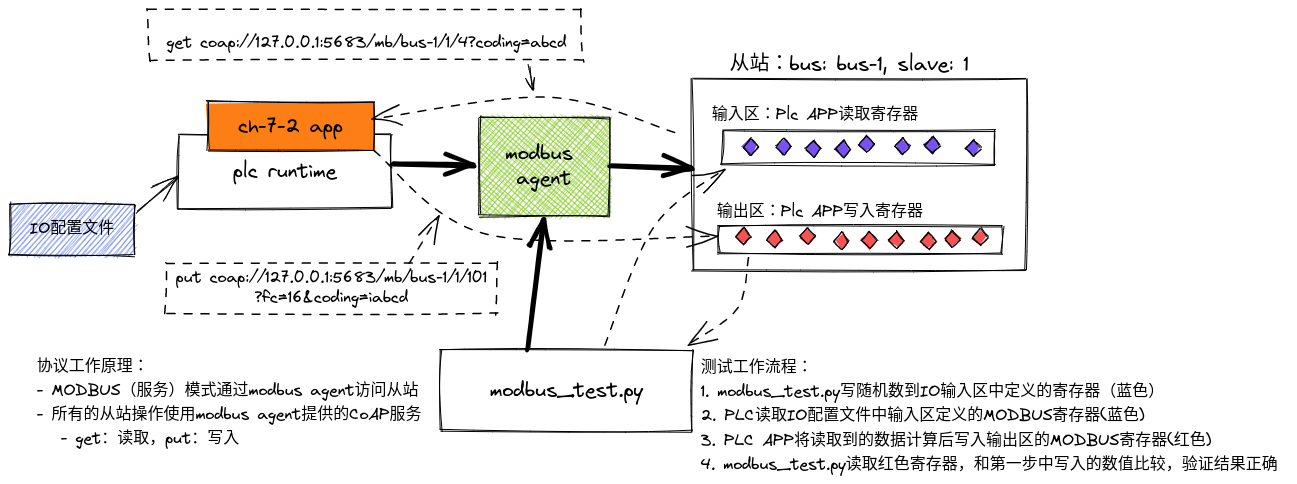
Earlier version of the Excalidraw export projects/ch07-2/doc/workflow.excalidraw.png (wasome-plc/tutorials). Source tidied: one line per element, renumbered; positions are measured from the earlier drawing's top-left corner, leaving out a move shared by most shapes.
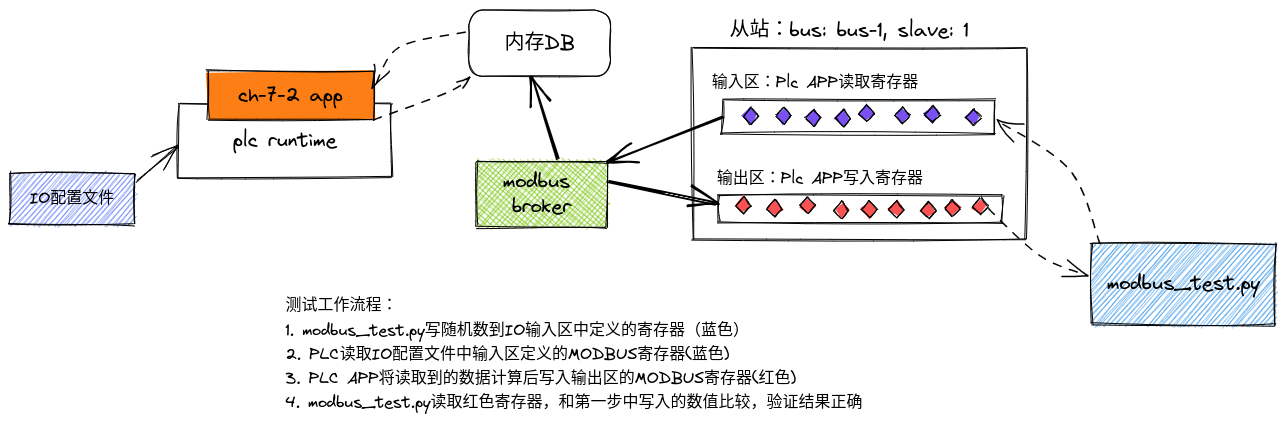
The same diagram one commit later.

Change to the diagram source:
```diff
@@ -1,24 +1,22 @@
 {"id": 0, "type": "rectangle", "strokeColor": "#000000", "strokeWidth": 1, "roughness": 1, "x": 168, "y": 125, "width": 213, "height": 74}
-{"id": 1, "type": "text", "text": "plc runtime", "strokeColor": "#000000", "strokeWidth": 1, "roughness": 1, "fontSize": 20, "fontFamily": 1, "textAlign": "center", "verticalAlign": "middle", "inside": 0, "x": 222, "y": 149, "width": 106, "height": 25}
+{"id": 1, "type": "text", "text": "plc runtime", "strokeColor": "#000000", "strokeWidth": 1, "roughness": 1, "fontSize": 20, "fontFamily": 1, "textAlign": "center", "verticalAlign": "middle", "inside": 0, "x": 223, "y": 149, "width": 104, "height": 25}
 {"id": 2, "type": "rectangle", "strokeColor": "#000000", "backgroundColor": "#fd7e14", "fillStyle": "solid", "strokeWidth": 1, "roughness": 1, "x": 197, "y": 92, "width": 166, "height": 49}
-{"id": 3, "type": "text", "text": "ch-7-2 app", "strokeColor": "#000000", "strokeWidth": 1, "roughness": 1, "fontSize": 20, "fontFamily": 1, "textAlign": "center", "verticalAlign": "middle", "inside": 2, "x": 228, "y": 104, "width": 106, "height": 25}
+{"id": 3, "type": "text", "text": "ch-7-2 app", "strokeColor": "#000000", "strokeWidth": 1, "roughness": 1, "fontSize": 20, "fontFamily": 1, "textAlign": "center", "verticalAlign": "middle", "inside": 2, "x": 228, "y": 104, "width": 104, "height": 25}
 {"id": 4, "type": "rectangle", "strokeColor": "#000000", "strokeWidth": 1, "roughness": 1, "x": 683, "y": 69, "width": 333, "height": 191}
-{"id": 5, "type": "rectangle", "strokeColor": "#000000", "backgroundColor": "#82c91e", "fillStyle": "cross-hatch", "strokeWidth": 1, "roughness": 1, "x": 469, "y": 108, "width": 130, "height": 98}
+{"id": 5, "type": "rectangle", "strokeColor": "#000000", "backgroundColor": "#82c91e", "fillStyle": "cross-hatch", "strokeWidth": 1, "roughness": 1, "x": 466, "y": 183, "width": 131, "height": 65}
-{"id": 6, "type": "text", "text": "modbus \nagent", "strokeColor": "#000000", "strokeWidth": 1, "roughness": 1, "fontSize": 20, "fontFamily": 1, "textAlign": "center", "verticalAlign": "middle", "inside": 5, "x": 495, "y": 131, "width": 79, "height": 50}
+{"id": 6, "type": "text", "text": "modbus \nbroker", "strokeColor": "#000000", "strokeWidth": 1, "roughness": 1, "fontSize": 20, "fontFamily": 1, "textAlign": "center", "verticalAlign": "middle", "inside": 5, "x": 493, "y": 190, "width": 77, "height": 50}
-{"id": 7, "type": "arrow", "strokeColor": "#000000", "strokeWidth": 4, "roughness": 1, "endArrowhead": "arrow", "from": 0, "to": 5, "x": 382, "y": 155, "width": 82, "height": 1, "points": [[0, 0], [82, 1]]}
+{"id": 7, "type": "arrow", "strokeColor": "#000000", "strokeWidth": 2, "roughness": 1, "endArrowhead": "arrow", "round": true, "from": 5, "to": 49, "x": 548, "y": 181, "width": 25, "height": 81, "points": [[0, 0], [-25, -81]]}
-{"id": 8, "type": "arrow", "strokeColor": "#000000", "strokeWidth": 4, "roughness": 1, "endArrowhead": "arrow", "from": 5, "to": 4, "x": 600, "y": 156, "width": 81, "height": 3, "points": [[0, 0], [81, 3]]}
+{"id": 8, "type": "arrow", "strokeColor": "#000000", "strokeWidth": 2, "roughness": 1, "endArrowhead": "arrow", "round": true, "from": 5, "to": 29, "x": 598, "y": 203, "width": 109, "height": 22, "points": [[0, 0], [109, 22]]}
-{"id": 9, "type": "rectangle", "strokeColor": "#000000", "strokeWidth": 1, "roughness": 1, "x": 430, "y": 340, "width": 252, "height": 81}
+{"id": 9, "type": "rectangle", "strokeColor": "#000000", "backgroundColor": "#228be6", "fillStyle": "hachure", "strokeWidth": 1, "roughness": 1, "x": 1081, "y": 264, "width": 184, "height": 81}
-{"id": 10, "type": "text", "text": "modbus_test.py", "strokeColor": "#000000", "strokeWidth": 1, "roughness": 1, "fontSize": 20, "fontFamily": 1, "textAlign": "center", "verticalAlign": "middle", "inside": 9, "x": 479, "y": 368, "width": 155, "height": 25}
+{"id": 10, "type": "text", "text": "modbus_test.py", "strokeColor": "#000000", "strokeWidth": 1, "roughness": 1, "fontSize": 20, "fontFamily": 1, "textAlign": "center", "verticalAlign": "middle", "inside": 9, "x": 1097, "y": 292, "width": 153, "height": 25}
-{"id": 11, "type": "text", "text": "从站：bus: bus-1, slave: 1", "strokeColor": "#000000", "strokeWidth": 1, "roughness": 1, "fontSize": 20, "fontFamily": 1, "x": 719, "y": 37, "width": 241, "height": 31}
+{"id": 11, "type": "text", "text": "从站：bus: bus-1, slave: 1", "strokeColor": "#000000", "strokeWidth": 1, "roughness": 1, "fontSize": 20, "fontFamily": 1, "x": 719, "y": 37, "width": 239, "height": 31}
-{"id": 12, "type": "arrow", "strokeColor": "#000000", "strokeWidth": 4, "roughness": 1, "endArrowhead": "arrow", "from": 9, "to": 5, "x": 518, "y": 339, "width": 17, "height": 128, "points": [[0, 0], [17, -128]]}
-{"id": 13, "type": "text", "text": "get coap://127.0.0.1:5683/mb/bus-1/1/4?coding=abcd", "strokeColor": "#000000", "strokeWidth": 1, "roughness": 1, "fontSize": 16, "fontFamily": 1, "x": 156, "y": 23, "width": 402, "height": 20}
-{"id": 14, "type": "text", "text": "输入区：Plc APP读取寄存器", "strokeColor": "#000000", "strokeWidth": 1, "roughness": 1, "fontSize": 16, "fontFamily": 1, "x": 702, "y": 91, "width": 208, "height": 24}
+{"id": 14, "type": "text", "text": "输入区：Plc APP读取寄存器", "strokeColor": "#000000", "strokeWidth": 1, "roughness": 1, "fontSize": 16, "fontFamily": 1, "x": 702, "y": 91, "width": 206, "height": 24}
-{"id": 15, "type": "text", "text": "输出区：Plc APP写入寄存器", "strokeColor": "#000000", "strokeWidth": 1, "roughness": 1, "fontSize": 16, "fontFamily": 1, "x": 707, "y": 188, "width": 208, "height": 24}
+{"id": 15, "type": "text", "text": "输出区：Plc APP写入寄存器", "strokeColor": "#000000", "strokeWidth": 1, "roughness": 1, "fontSize": 16, "fontFamily": 1, "x": 707, "y": 188, "width": 206, "height": 24}
 {"id": 16, "type": "rectangle", "strokeColor": "#000000", "strokeWidth": 1, "roughness": 1, "x": 712, "y": 121, "width": 273, "height": 34}
 {"id": 17, "type": "rectangle", "strokeColor": "#000000", "strokeWidth": 1, "roughness": 1, "x": 709, "y": 216, "width": 284, "height": 28}
-{"id": 18, "type": "arrow", "strokeColor": "#000000", "strokeWidth": 1, "strokeStyle": "dashed", "roughness": 1, "endArrowhead": "arrow", "from": 9, "to": 16, "x": 595, "y": 336, "width": 117, "height": 176, "points": [[0, 0], [49, -118], [117, -176]]}
+{"id": 18, "type": "arrow", "strokeColor": "#000000", "strokeWidth": 1, "strokeStyle": "dashed", "roughness": 1, "endArrowhead": "arrow", "round": true, "to": 28, "x": 1090, "y": 265, "width": 105, "height": 124, "points": [[0, 0], [-30, -74], [-105, -124]]}
-{"id": 19, "type": "arrow", "strokeColor": "#000000", "strokeWidth": 1, "strokeStyle": "dashed", "roughness": 1, "endArrowhead": "arrow", "from": 14, "to": 2, "x": 665, "y": 123, "width": 301, "height": 37, "points": [[0, 0], [-127, -37], [-301, -14]]}
+{"id": 19, "type": "arrow", "strokeColor": "#000000", "strokeWidth": 1, "strokeStyle": "dashed", "roughness": 1, "endArrowhead": "arrow", "round": true, "from": 49, "to": 2, "x": 456, "y": 54, "width": 92, "height": 56, "points": [[0, 0], [-68, 14], [-92, 56]]}
-{"id": 20, "type": "arrow", "strokeColor": "#000000", "strokeWidth": 1, "strokeStyle": "dashed", "roughness": 1, "endArrowhead": "arrow", "from": 2, "to": 17, "x": 363, "y": 142, "width": 343, "height": 84, "points": [[0, 0], [113, 83], [343, 84]]}
+{"id": 20, "type": "arrow", "strokeColor": "#000000", "strokeWidth": 1, "strokeStyle": "dashed", "roughness": 1, "endArrowhead": "arrow", "round": true, "from": 2, "to": 49, "x": 363, "y": 142, "width": 95, "height": 44, "points": [[0, 0], [76, -29], [95, -44]]}
 {"id": 21, "type": "diamond", "strokeColor": "#000000", "backgroundColor": "#7950f2", "fillStyle": "solid", "strokeWidth": 1, "roughness": 1, "x": 733, "y": 128, "width": 15, "height": 17}
 {"id": 22, "type": "diamond", "strokeColor": "#000000", "backgroundColor": "#7950f2", "fillStyle": "solid", "strokeWidth": 1, "roughness": 1, "x": 766, "y": 128, "width": 15, "height": 17}
 {"id": 23, "type": "diamond", "strokeColor": "#000000", "backgroundColor": "#7950f2", "fillStyle": "solid", "strokeWidth": 1, "roughness": 1, "x": 795, "y": 130, "width": 15, "height": 17}
@@ -36,14 +34,11 @@
 {"id": 35, "type": "diamond", "strokeColor": "#000000", "backgroundColor": "#fa5252", "fillStyle": "solid", "strokeWidth": 1, "roughness": 1, "x": 911, "y": 222, "width": 15, "height": 17}
 {"id": 36, "type": "diamond", "strokeColor": "#000000", "backgroundColor": "#fa5252", "fillStyle": "solid", "strokeWidth": 1, "roughness": 1, "x": 935, "y": 220, "width": 15, "height": 17}
 {"id": 37, "type": "diamond", "strokeColor": "#000000", "backgroundColor": "#fa5252", "fillStyle": "solid", "strokeWidth": 1, "roughness": 1, "x": 963, "y": 218, "width": 15, "height": 17}
-{"id": 38, "type": "arrow", "strokeColor": "#000000", "backgroundColor": "#fa5252", "fillStyle": "solid", "strokeWidth": 1, "strokeStyle": "dashed", "roughness": 1, "endArrowhead": "arrow", "from": 29, "to": 9, "x": 739, "y": 248, "width": 62, "height": 87, "points": [[0, 0], [-12, 51], [-62, 87]]}
+{"id": 38, "type": "arrow", "strokeColor": "#000000", "backgroundColor": "#fa5252", "fillStyle": "solid", "strokeWidth": 1, "strokeStyle": "dashed", "roughness": 1, "endArrowhead": "arrow", "round": true, "from": 37, "to": 9, "x": 979, "y": 229, "width": 97, "height": 67, "points": [[0, 0], [50, 47], [97, 67]]}
-{"id": 39, "type": "arrow", "strokeColor": "#000000", "backgroundColor": "#fa5252", "fillStyle": "solid", "strokeWidth": 1, "roughness": 1, "endArrowhead": "arrow", "from": 13, "x": 519, "y": 55, "width": 5, "height": 25, "points": [[0, 0], [5, 25]]}
-{"id": 40, "type": "rectangle", "strokeColor": "#000000", "strokeWidth": 1, "strokeStyle": "dashed", "roughness": 1, "x": 139, "y": 0, "width": 433, "height": 50}
-{"id": 41, "type": "rectangle", "strokeColor": "#000000", "strokeWidth": 1, "strokeStyle": "dashed", "roughness": 1, "x": 155, "y": 253, "width": 332, "height": 50}
-{"id": 42, "type": "text", "text": "put coap://127.0.0.1:5683/mb/bus-1/1/101\n?fc=16&coding=iabcd", "strokeColor": "#000000", "strokeWidth": 1, "strokeStyle": "dashed", "roughness": 1, "fontSize": 16, "fontFamily": 1, "textAlign": "center", "verticalAlign": "middle", "inside": 41, "x": 165, "y": 258, "width": 312, "height": 40}
-{"id": 43, "type": "arrow", "strokeColor": "#000000", "strokeWidth": 1, "strokeStyle": "dashed", "roughness": 1, "endArrowhead": "arrow", "from": 41, "x": 400, "y": 252, "width": 27, "height": 45, "points": [[0, 0], [27, -45]]}
-{"id": 44, "type": "text", "text": "测试工作流程：\n1. modbus_test.py写随机数到IO输入区中定义的寄存器（蓝色）\n2. PLC读取IO配置文件中输入区定义的MODBUS寄存器(蓝色)\n3. PLC APP将读取到的数据计算后写入输出区的MODBUS寄存器(红色)\n4. modbus_test.py读取红色寄存器，和第一步中写入的数值比较，验证结果正确 ", "strokeColor": "#000000", "strokeWidth": 1, "strokeStyle": "dashed", "roughness": 1, "fontSize": 16, "fontFamily": 1, "x": 691, "y": 344, "width": 587, "height": 121}
+{"id": 44, "type": "text", "text": "测试工作流程：\n1. modbus_test.py写随机数到IO输入区中定义的寄存器（蓝色）\n2. PLC读取IO配置文件中输入区定义的MODBUS寄存器(蓝色)\n3. PLC APP将读取到的数据计算后写入输出区的MODBUS寄存器(红色)\n4. modbus_test.py读取红色寄存器，和第一步中写入的数值比较，验证结果正确 ", "strokeColor": "#000000", "strokeWidth": 1, "strokeStyle": "dashed", "roughness": 1, "fontSize": 16, "fontFamily": 1, "x": 275, "y": 315, "width": 585, "height": 121}
 {"id": 45, "type": "rectangle", "strokeColor": "#000000", "backgroundColor": "#4c6ef5", "fillStyle": "hachure", "strokeWidth": 1, "roughness": 1, "x": 0, "y": 193, "width": 124, "height": 52}
-{"id": 46, "type": "text", "text": "IO配置文件", "strokeColor": "#000000", "strokeWidth": 1, "roughness": 1, "fontSize": 16, "fontFamily": 1, "textAlign": "center", "verticalAlign": "middle", "inside": 45, "x": 19, "y": 209, "width": 86, "height": 20}
+{"id": 46, "type": "text", "text": "IO配置文件", "strokeColor": "#000000", "strokeWidth": 1, "roughness": 1, "fontSize": 16, "fontFamily": 1, "textAlign": "center", "verticalAlign": "middle", "inside": 45, "x": 20, "y": 209, "width": 84, "height": 20}
-{"id": 47, "type": "arrow", "strokeColor": "#000000", "backgroundColor": "#4c6ef5", "fillStyle": "hachure", "strokeWidth": 1, "roughness": 1, "endArrowhead": "arrow", "from": 45, "to": 0, "x": 126, "y": 202, "width": 40, "height": 35, "points": [[0, 0], [40, -35]]}
+{"id": 47, "type": "arrow", "strokeColor": "#000000", "backgroundColor": "#4c6ef5", "fillStyle": "hachure", "strokeWidth": 1, "roughness": 1, "endArrowhead": "arrow", "round": true, "from": 45, "to": 0, "x": 126, "y": 202, "width": 40, "height": 35, "points": [[0, 0], [40, -35]]}
-{"id": 48, "type": "text", "text": "协议工作原理：\n- MODBUS（服务）模式通过modbus agent访问从站\n- 所有的从站操作使用modbus agent提供的CoAP服务\n   - get：读取，put：写入", "strokeColor": "#000000", "backgroundColor": "#4c6ef5", "fillStyle": "hachure", "strokeWidth": 1, "roughness": 1, "fontSize": 16, "fontFamily": 1, "x": 27, "y": 342, "width": 386, "height": 97}
+{"id": 49, "type": "rectangle", "strokeColor": "#000000", "strokeWidth": 1, "roughness": 1, "round": true, "x": 459, "y": 31, "width": 142, "height": 66}
+{"id": 50, "type": "text", "text": "内存DB", "strokeColor": "#000000", "strokeWidth": 1, "roughness": 1, "fontSize": 20, "fontFamily": 1, "textAlign": "center", "verticalAlign": "middle", "inside": 49, "x": 495, "y": 51, "width": 70, "height": 25}
+{"id": 51, "type": "arrow", "strokeColor": "#000000", "strokeWidth": 2, "roughness": 1, "endArrowhead": "arrow", "round": true, "from": 21, "to": 5, "x": 714, "y": 137, "width": 116, "height": 46, "points": [[0, 0], [-116, 46]]}
```
